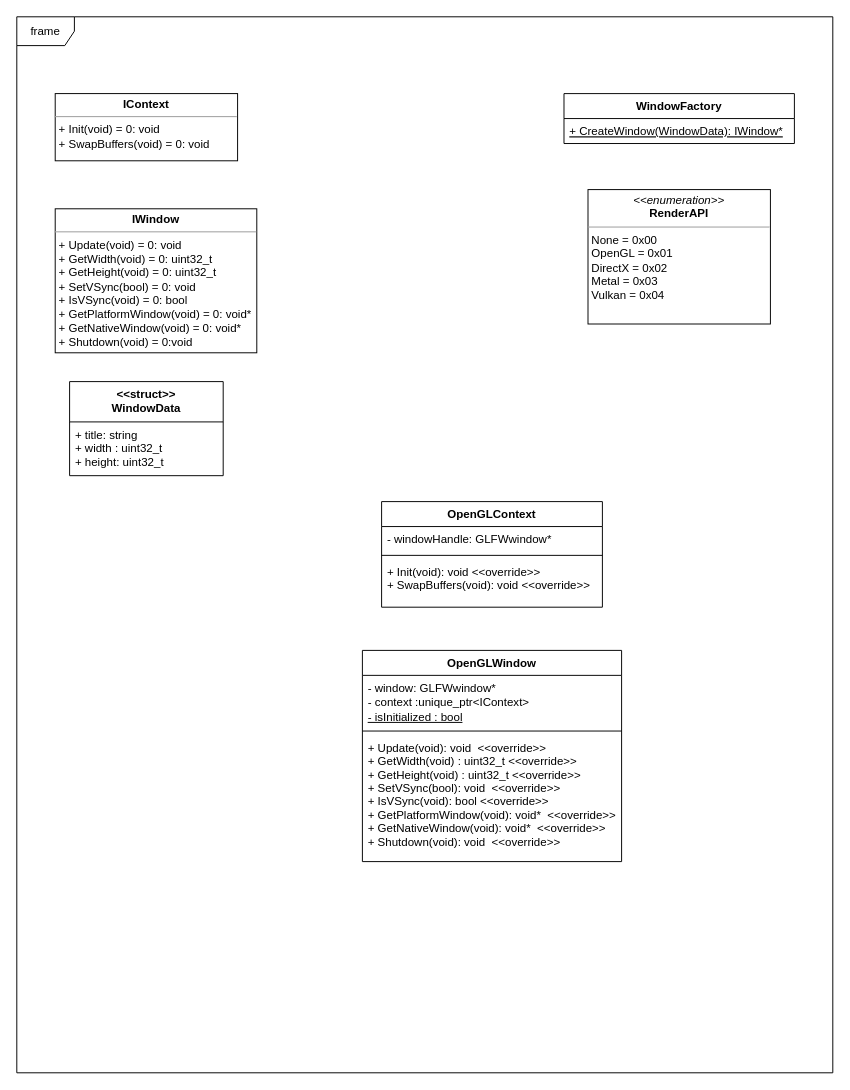
This is simpleEngine.drawio from Render-Devs/SimpleEngine, a draw.io file, before an edit. Source tidied: cells renumbered, new cells numbered last; positions are measured from the earlier drawing's top-left corner, leaving out a move shared by most shapes. Both pictures are drawn from the tidied source at 96%, with x=0, y=0 at pixel (16, 16).
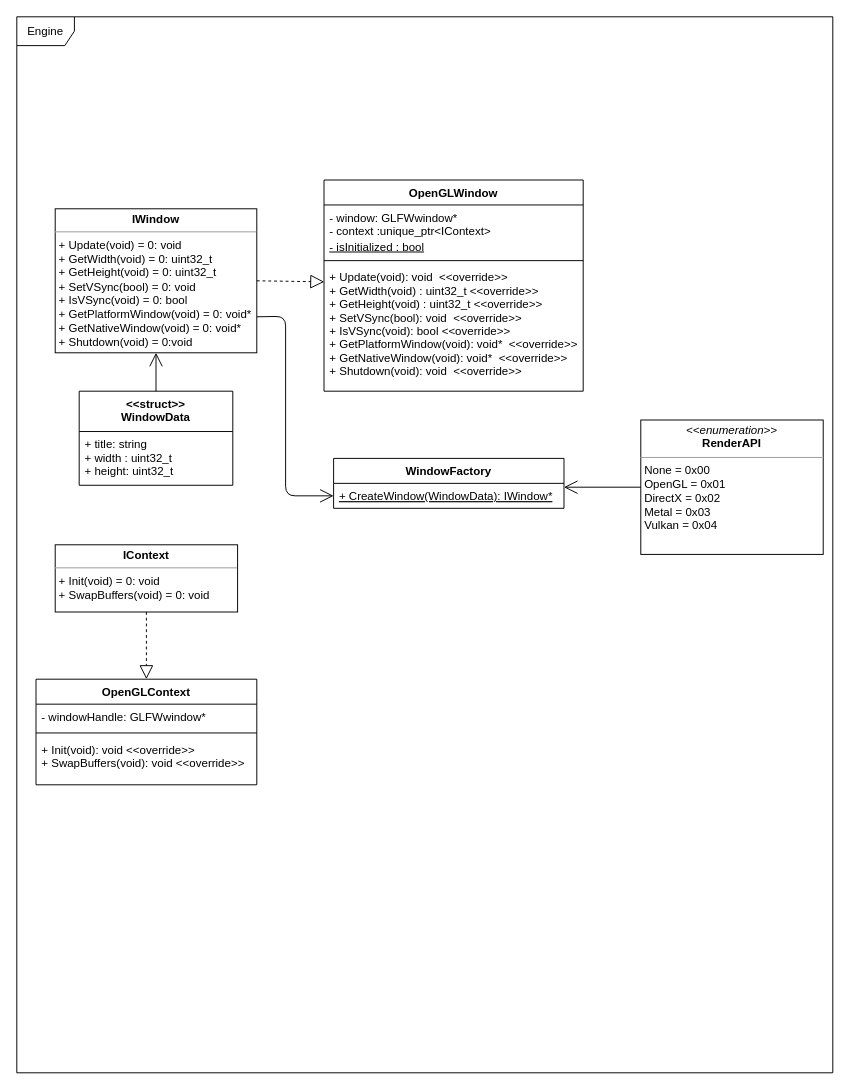
The same page after the edit.

Unchanged cells that the change refers to:
```xml
<mxCell id="4" value="&lt;p style=&quot;margin: 0px ; margin-top: 4px ; text-align: center&quot;&gt;&lt;b&gt;IWindow&lt;/b&gt;&lt;/p&gt;&lt;hr size=&quot;1&quot;&gt;&lt;p style=&quot;margin: 0px ; margin-left: 4px&quot;&gt;&lt;span&gt;+ Update(void) = 0: void&lt;/span&gt;&lt;br&gt;&lt;/p&gt;&lt;p style=&quot;margin: 0px ; margin-left: 4px&quot;&gt;+ GetWidth(void) = 0: uint32_t&lt;/p&gt;&lt;p style=&quot;margin: 0px ; margin-left: 4px&quot;&gt;+ GetHeight(void) = 0: uint32_t&lt;br&gt;&lt;/p&gt;&lt;p style=&quot;margin: 0px ; margin-left: 4px&quot;&gt;+ SetVSync(bool) = 0: void&lt;/p&gt;&lt;p style=&quot;margin: 0px ; margin-left: 4px&quot;&gt;+ IsVSync(void) = 0: bool&lt;br&gt;&lt;/p&gt;&lt;p style=&quot;margin: 0px ; margin-left: 4px&quot;&gt;+ GetPlatformWindow(void) = 0: void*&lt;/p&gt;&lt;p style=&quot;margin: 0px ; margin-left: 4px&quot;&gt;+ GetNativeWindow(void) = 0: void*&lt;br&gt;&lt;/p&gt;&lt;p style=&quot;margin: 0px ; margin-left: 4px&quot;&gt;+ Shutdown(void) = 0:void&lt;/p&gt;" style="verticalAlign=top;align=left;overflow=fill;fontSize=12;fontFamily=Helvetica;html=1;" parent="1" vertex="1">
  <mxGeometry x="40" y="200" width="210" height="150" as="geometry" />
</mxCell>
<mxCell id="18" value="+ Update(void): void  &lt;&lt;override&gt;&gt;&#10;+ GetWidth(void) : uint32_t &lt;&lt;override&gt;&gt;&#10;+ GetHeight(void) : uint32_t &lt;&lt;override&gt;&gt;&#10;+ SetVSync(bool): void  &lt;&lt;override&gt;&gt;&#10;+ IsVSync(void): bool &lt;&lt;override&gt;&gt;&#10;+ GetPlatformWindow(void): void*  &lt;&lt;override&gt;&gt;&#10;+ GetNativeWindow(void): void*  &lt;&lt;override&gt;&gt;&#10;+ Shutdown(void): void  &lt;&lt;override&gt;&gt;&#10;" style="text;strokeColor=none;fillColor=none;align=left;verticalAlign=top;spacingLeft=4;spacingRight=4;overflow=hidden;points=[[0,0.5],[1,0.5]];portConstraint=eastwest;" parent="14" vertex="1">
  <mxGeometry y="88" width="270" height="132" as="geometry" />
</mxCell>
```

The edit, as a diff of the source:
```diff
@@
-    <mxCell id="2" value="frame" style="shape=umlFrame;whiteSpace=wrap;html=1;" parent="1" vertex="1">
+    <mxCell id="2" value="Engine" style="shape=umlFrame;whiteSpace=wrap;html=1;" parent="1" vertex="1">
       <mxGeometry width="850" height="1100" as="geometry" />
     </mxCell>
     <mxCell id="3" value="&lt;p style=&quot;margin: 0px ; margin-top: 4px ; text-align: center&quot;&gt;&lt;b&gt;IContext&lt;/b&gt;&lt;/p&gt;&lt;hr size=&quot;1&quot;&gt;&lt;p style=&quot;margin: 0px ; margin-left: 4px&quot;&gt;+ Init(void) = 0: void&lt;br&gt;+ SwapBuffers(void) = 0: void&lt;/p&gt;" style="verticalAlign=top;align=left;overflow=fill;fontSize=12;fontFamily=Helvetica;html=1;" parent="1" vertex="1">
-      <mxGeometry x="40" y="80" width="190" height="70" as="geometry" />
+      <mxGeometry x="40" y="550" width="190" height="70" as="geometry" />
     </mxCell>
@@
-    <mxCell id="5" value="WindowFactory" style="swimlane;fontStyle=1;align=center;verticalAlign=top;horizontal=1;startSize=26;swimlaneLine=1;" parent="1" vertex="1">
-      <mxGeometry x="570" y="80" width="240" height="52" as="geometry" />
-    </mxCell>
-    <mxCell id="6" value="+ CreateWindow(WindowData): IWindow*" style="text;strokeColor=none;fillColor=none;align=left;verticalAlign=top;spacingLeft=4;spacingRight=4;overflow=hidden;points=[[0,0.5],[1,0.5]];portConstraint=eastwest;fontStyle=4;labelBorderColor=none;horizontal=1;" parent="5" vertex="1">
-      <mxGeometry y="26" width="240" height="26" as="geometry" />
-    </mxCell>
+    <mxCell id="9" value="&lt;p style=&quot;margin: 0px ; margin-top: 4px ; text-align: center&quot;&gt;&lt;i&gt;&amp;lt;&amp;lt;enumeration&amp;gt;&amp;gt;&lt;/i&gt;&lt;br&gt;&lt;b&gt;RenderAPI&lt;/b&gt;&lt;/p&gt;&lt;hr size=&quot;1&quot;&gt;&lt;p style=&quot;margin: 0px ; margin-left: 4px&quot;&gt;None = 0x00&lt;/p&gt;&lt;p style=&quot;margin: 0px ; margin-left: 4px&quot;&gt;OpenGL = 0x01&lt;/p&gt;&lt;p style=&quot;margin: 0px ; margin-left: 4px&quot;&gt;DirectX = 0x02&lt;/p&gt;&lt;p style=&quot;margin: 0px ; margin-left: 4px&quot;&gt;Metal = 0x03&lt;/p&gt;&lt;p style=&quot;margin: 0px ; margin-left: 4px&quot;&gt;Vulkan = 0x04&lt;/p&gt;&lt;p style=&quot;margin: 0px ; margin-left: 4px&quot;&gt;&lt;br&gt;&lt;/p&gt;" style="verticalAlign=top;align=left;overflow=fill;fontSize=12;fontFamily=Helvetica;html=1;" parent="1" vertex="1">
+      <mxGeometry x="650" y="420" width="190" height="140" as="geometry" />
+    </mxCell>
     <mxCell id="7" value="&lt;&lt;struct&gt;&gt;&#10;WindowData" style="swimlane;fontStyle=1;align=center;verticalAlign=top;horizontal=1;startSize=42;" parent="1" vertex="1">
-      <mxGeometry x="55" y="380" width="160" height="98" as="geometry" />
+      <mxGeometry x="65" y="390" width="160" height="98" as="geometry" />
     </mxCell>
@@
-    <mxCell id="9" value="&lt;p style=&quot;margin: 0px ; margin-top: 4px ; text-align: center&quot;&gt;&lt;i&gt;&amp;lt;&amp;lt;enumeration&amp;gt;&amp;gt;&lt;/i&gt;&lt;br&gt;&lt;b&gt;RenderAPI&lt;/b&gt;&lt;/p&gt;&lt;hr size=&quot;1&quot;&gt;&lt;p style=&quot;margin: 0px ; margin-left: 4px&quot;&gt;None = 0x00&lt;/p&gt;&lt;p style=&quot;margin: 0px ; margin-left: 4px&quot;&gt;OpenGL = 0x01&lt;/p&gt;&lt;p style=&quot;margin: 0px ; margin-left: 4px&quot;&gt;DirectX = 0x02&lt;/p&gt;&lt;p style=&quot;margin: 0px ; margin-left: 4px&quot;&gt;Metal = 0x03&lt;/p&gt;&lt;p style=&quot;margin: 0px ; margin-left: 4px&quot;&gt;Vulkan = 0x04&lt;/p&gt;&lt;p style=&quot;margin: 0px ; margin-left: 4px&quot;&gt;&lt;br&gt;&lt;/p&gt;" style="verticalAlign=top;align=left;overflow=fill;fontSize=12;fontFamily=Helvetica;html=1;" parent="1" vertex="1">
-      <mxGeometry x="595" y="180" width="190" height="140" as="geometry" />
-    </mxCell>
+    <mxCell id="19" style="endArrow=open;endFill=1;endSize=12;html=1;entryX=0.5;entryY=1;entryDx=0;entryDy=0;exitX=0.5;exitY=0;exitDx=0;exitDy=0;" parent="1" edge="1" source="7" target="4">
+      <mxGeometry relative="1" as="geometry" />
+    </mxCell>
     <mxCell id="10" value="OpenGLContext" style="swimlane;fontStyle=1;align=center;verticalAlign=top;horizontal=1;startSize=26;" parent="1" vertex="1">
-      <mxGeometry x="380" y="505" width="230" height="110" as="geometry" />
+      <mxGeometry x="20" y="690" width="230" height="110" as="geometry" />
     </mxCell>
@@
     <mxCell id="14" value="OpenGLWindow" style="swimlane;fontStyle=1;align=center;verticalAlign=top;horizontal=1;startSize=26;" parent="1" vertex="1">
-      <mxGeometry x="360" y="660" width="270" height="220" as="geometry" />
+      <mxGeometry x="320" y="170" width="270" height="220" as="geometry" />
     </mxCell>
@@
+    <mxCell id="20" style="endArrow=block;dashed=1;endFill=0;endSize=12;html=1;exitX=1;exitY=0.5;exitDx=0;exitDy=0;entryX=0.001;entryY=0.137;entryDx=0;entryDy=0;entryPerimeter=0;" parent="1" edge="1" source="4" target="18">
+      <mxGeometry relative="1" as="geometry" />
+    </mxCell>
+    <mxCell id="21" style="endArrow=block;dashed=1;endFill=0;endSize=12;html=1;entryX=0.5;entryY=0;entryDx=0;entryDy=0;exitX=0.5;exitY=1;exitDx=0;exitDy=0;" parent="1" edge="1" source="3" target="10">
+      <mxGeometry relative="1" as="geometry" />
+    </mxCell>
+    <mxCell id="5" value="WindowFactory" style="swimlane;fontStyle=1;align=center;verticalAlign=top;horizontal=1;startSize=26;swimlaneLine=1;" parent="1" vertex="1">
+      <mxGeometry x="330" y="460" width="240" height="52" as="geometry" />
+    </mxCell>
+    <mxCell id="6" value="+ CreateWindow(WindowData): IWindow*" style="text;strokeColor=none;fillColor=none;align=left;verticalAlign=top;spacingLeft=4;spacingRight=4;overflow=hidden;points=[[0,0.5],[1,0.5]];portConstraint=eastwest;fontStyle=4;labelBorderColor=none;horizontal=1;" parent="5" vertex="1">
+      <mxGeometry y="26" width="240" height="26" as="geometry" />
+    </mxCell>
+    <mxCell id="22" style="endArrow=open;endFill=1;endSize=12;html=1;exitX=1;exitY=0.75;exitDx=0;exitDy=0;entryX=0;entryY=0.5;entryDx=0;entryDy=0;" parent="1" edge="1" source="4" target="6">
+      <mxGeometry relative="1" as="geometry">
+        <Array as="points">
+          <mxPoint x="280" y="312" />
+          <mxPoint x="280" y="499" />
+        </Array>
+      </mxGeometry>
+    </mxCell>
+    <mxCell id="23" style="endArrow=open;endFill=1;endSize=12;html=1;exitX=0;exitY=0.5;exitDx=0;exitDy=0;entryX=1;entryY=0.154;entryDx=0;entryDy=0;entryPerimeter=0;" parent="1" edge="1" source="9" target="6">
+      <mxGeometry relative="1" as="geometry" />
+    </mxCell>
```
